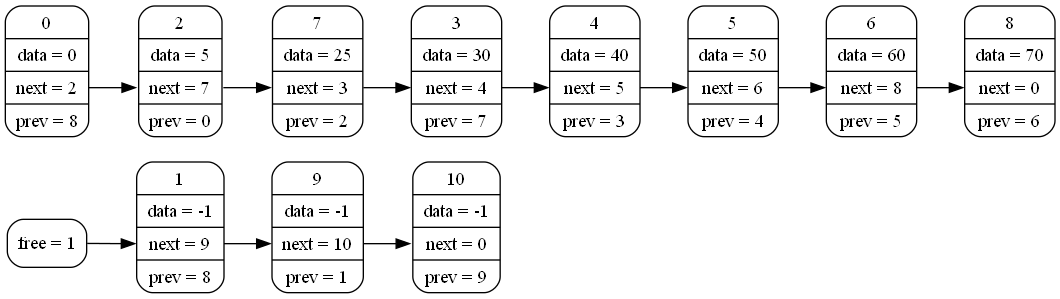
Above: dump.png in ashqqy/Linked-list (Graphviz), before the change. Its source is kept beside it as dump.dot.
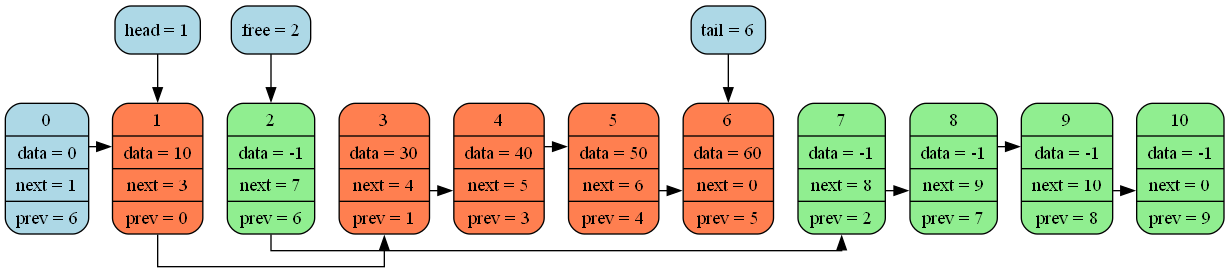
The same diagram one commit later.

Commit message:
pretty dump

The edit, as a diff of the source:
```diff
@@ -1,27 +1,51 @@
 digraph G
 {
-rankdir=LR;
-node[shape="record", style="rounded"];
-title[label = "<f>free = 1"];
-0[label = "0|data = 0|<n>next = 2|<p>prev = 8"];
-1[label = "1|data = -1|<n>next = 9|<p>prev = 8"];
-2[label = "2|data = 5|<n>next = 7|<p>prev = 0"];
-3[label = "3|data = 30|<n>next = 4|<p>prev = 7"];
-4[label = "4|data = 40|<n>next = 5|<p>prev = 3"];
-5[label = "5|data = 50|<n>next = 6|<p>prev = 4"];
-6[label = "6|data = 60|<n>next = 8|<p>prev = 5"];
-7[label = "7|data = 25|<n>next = 3|<p>prev = 2"];
-8[label = "8|data = 70|<n>next = 0|<p>prev = 6"];
-9[label = "9|data = -1|<n>next = 10|<p>prev = 1"];
-10[label = "10|data = -1|<n>next = 0|<p>prev = 9"];
-0:<n>->2:<n>
-1:<n>->9:<n>
-2:<n>->7:<n>
-3:<n>->4:<n>
-4:<n>->5:<n>
-5:<n>->6:<n>
-6:<n>->8:<n>
-7:<n>->3:<n>
-9:<n>->10:<n>
-title:<f>->1:<n>
+splines=ortho;
+node[shape="Mrecord", style="rounded, filled"];
+
+free[label = "free = 2", style="rounded,filled", fillcolor = "lightblue"]
+head[label = "head = 1", style="rounded,filled", fillcolor = "lightblue"]
+tail[label = "tail = 6", style="rounded,filled", fillcolor = "lightblue"]
+0[label = "{ <i>0|<d>data = 0|<n>next = 1|<p>prev = 6 }", fillcolor ="lightblue"];
+1[label = "{ <i>1|<d>data = 10|<n>next = 3|<p>prev = 0 }", fillcolor = "coral"];
+2[label = "{ <i>2|<d>data = -1|<n>next = 7|<p>prev = 6 }", fillcolor = "coral"];
+3[label = "{ <i>3|<d>data = 30|<n>next = 4|<p>prev = 1 }", fillcolor = "coral"];
+4[label = "{ <i>4|<d>data = 40|<n>next = 5|<p>prev = 3 }", fillcolor = "coral"];
+5[label = "{ <i>5|<d>data = 50|<n>next = 6|<p>prev = 4 }", fillcolor = "coral"];
+6[label = "{ <i>6|<d>data = 60|<n>next = 0|<p>prev = 5 }", fillcolor = "coral"];
+7[label = "{ <i>7|<d>data = -1|<n>next = 8|<p>prev = 2 }", fillcolor = "coral"];
+8[label = "{ <i>8|<d>data = -1|<n>next = 9|<p>prev = 7 }", fillcolor = "coral"];
+9[label = "{ <i>9|<d>data = -1|<n>next = 10|<p>prev = 8 }", fillcolor = "coral"];
+10[label = "{ <i>10|<d>data = -1|<n>next = 0|<p>prev = 9 }", fillcolor = "coral"];
+
+{ rank = same; 0; 1; 2; 3; 4; 5; 6; 7; 8; 9; 10; }
+0->1 [weight = 5000, style=invis]
+1->2 [weight = 5000, style=invis]
+2->3 [weight = 5000, style=invis]
+3->4 [weight = 5000, style=invis]
+4->5 [weight = 5000, style=invis]
+5->6 [weight = 5000, style=invis]
+6->7 [weight = 5000, style=invis]
+7->8 [weight = 5000, style=invis]
+8->9 [weight = 5000, style=invis]
+9->10 [weight = 5000, style=invis]
+
+0->1
+1->3
+2->7
+3->4
+4->5
+5->6
+7->8
+8->9
+9->10
+
+free->2;
+2[fillcolor = "lightgreen"];
+7[fillcolor = "lightgreen"];
+8[fillcolor = "lightgreen"];
+9[fillcolor = "lightgreen"];
+10[fillcolor = "lightgreen"];
+head->1;
+tail->6;
 }
```
